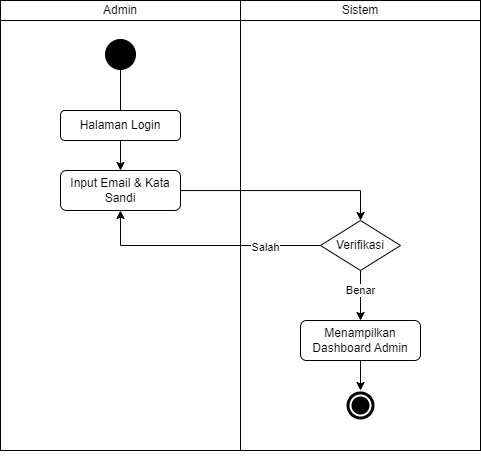
mitra-agro-usaha-perkebunan/maup-app-docs keeps this draw.io diagram as docs/activity-diagram/auth/login.drawio.png. Above is the earlier version. Source tidied: cells renumbered, new cells last; positions are measured from the earlier drawing's top-left corner, leaving out a move shared by most shapes.
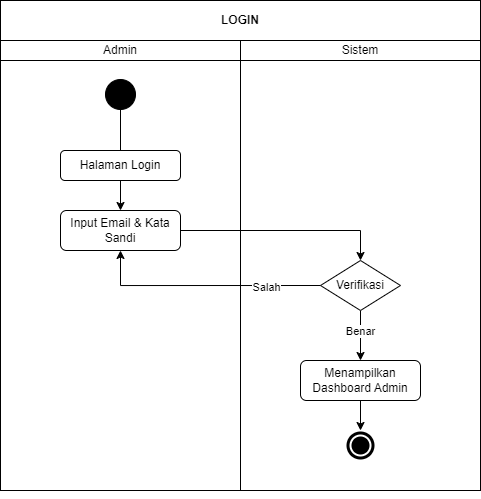
Above is the later version.

Diff of the diagram source:
```diff
@@ -74,5 +74,8 @@
     <mxCell id="20" value="Halaman Login" style="rounded=1;whiteSpace=wrap;html=1;" parent="1" vertex="1">
       <mxGeometry x="60" y="110" width="120" height="30" as="geometry" />
     </mxCell>
+    <mxCell id="21" value="&lt;b&gt;LOGIN&lt;/b&gt;" style="rounded=0;whiteSpace=wrap;html=1;" parent="1" vertex="1">
+      <mxGeometry y="-40" width="480" height="40" as="geometry" />
+    </mxCell>
   </root>
 </mxGraphModel>
```
